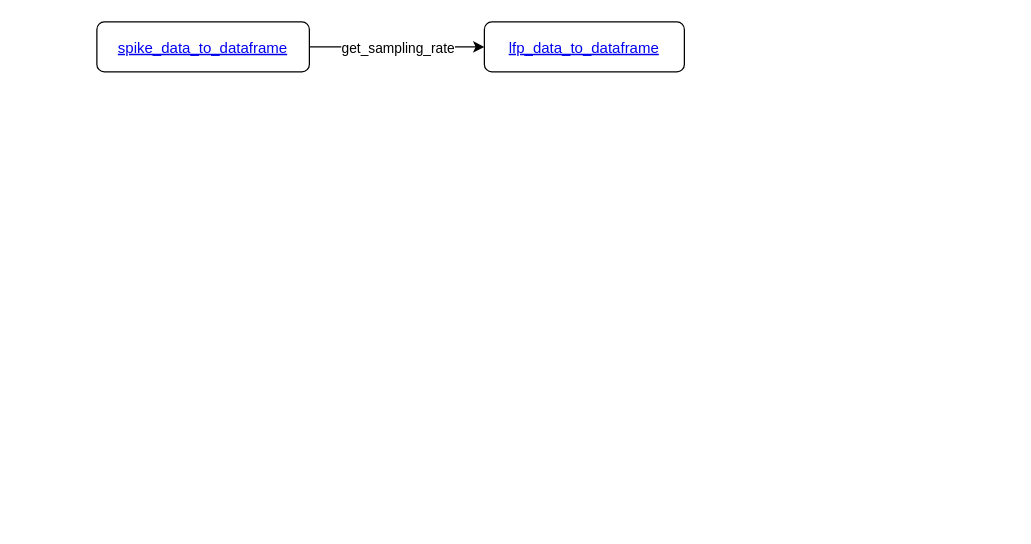
Above: page "dependencies" (1 of 11) of code_visualized.drawio in JanBellingrath/hippocampal_neuron_data_processing (draw.io), before the change. Source tidied: cells renumbered, new cells numbered last; positions are measured from the earlier drawing's top-left corner, leaving out a move shared by most shapes. Both pictures are drawn from the tidied source at 125%, with x=0, y=0 at pixel (96, 21).
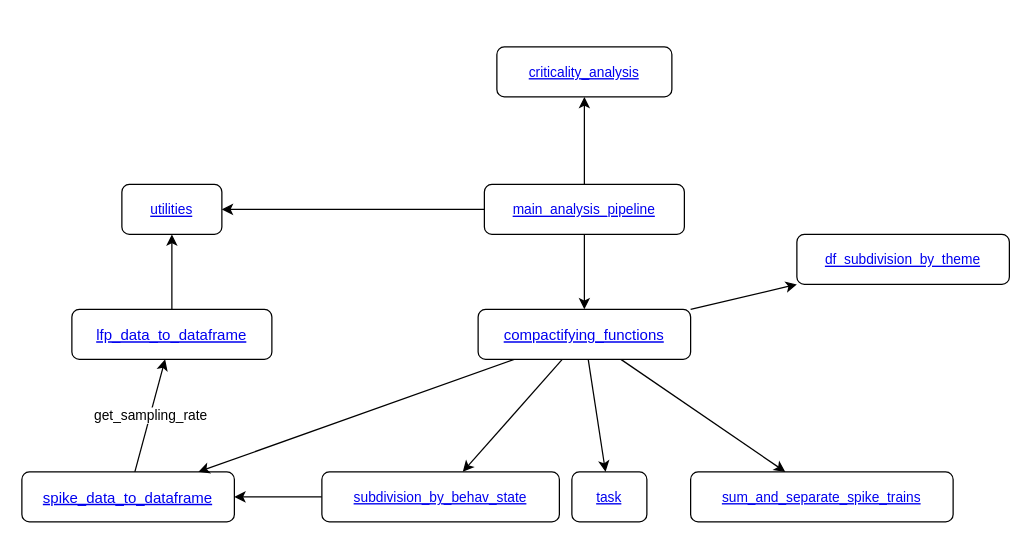
The same page after the edit.

Diff of the diagram source:
```diff
@@
     <mxCell id="2" value="spike_data_to_dataframe" style="fontColor=#0000EE;fontStyle=4;rounded=1;overflow=hidden;spacing=10;" parent="1" vertex="1">
-      <mxGeometry width="170" height="40" as="geometry" />
+      <mxGeometry x="-60" y="360" width="170" height="40" as="geometry" />
     </mxCell>
+    <mxCell id="6" style="edgeStyle=none;rounded=0;jettySize=auto;html=1;strokeColor=default;align=center;verticalAlign=middle;fontFamily=Helvetica;fontSize=11;fontColor=default;labelBackgroundColor=default;endArrow=classic;" parent="1" edge="1" source="3" target="18">
+      <mxGeometry relative="1" as="geometry" />
+    </mxCell>
     <mxCell id="3" value="lfp_data_to_dataframe" style="fontColor=#0000EE;fontStyle=4;rounded=1;overflow=hidden;spacing=10;" parent="1" vertex="1">
-      <mxGeometry x="310" width="160" height="40" as="geometry" />
+      <mxGeometry x="-20" y="230" width="160" height="40" as="geometry" />
     </mxCell>
@@
+    <mxCell id="7" style="rounded=0;jettySize=auto;html=1;" parent="1" edge="1" source="12" target="2">
+      <mxGeometry relative="1" as="geometry" />
+    </mxCell>
+    <mxCell id="8" style="edgeStyle=none;rounded=0;jettySize=auto;html=1;strokeColor=default;align=center;verticalAlign=middle;fontFamily=Helvetica;fontSize=11;fontColor=default;labelBackgroundColor=default;endArrow=classic;" parent="1" edge="1" source="12" target="13">
+      <mxGeometry relative="1" as="geometry" />
+    </mxCell>
+    <mxCell id="9" style="edgeStyle=none;rounded=0;jettySize=auto;html=1;strokeColor=default;align=center;verticalAlign=middle;fontFamily=Helvetica;fontSize=11;fontColor=default;labelBackgroundColor=default;endArrow=classic;" parent="1" edge="1" source="12" target="15">
+      <mxGeometry relative="1" as="geometry" />
+    </mxCell>
+    <mxCell id="10" style="edgeStyle=none;rounded=0;jettySize=auto;html=1;strokeColor=default;align=center;verticalAlign=middle;fontFamily=Helvetica;fontSize=11;fontColor=default;labelBackgroundColor=default;endArrow=classic;" parent="1" edge="1" source="12" target="16">
+      <mxGeometry relative="1" as="geometry" />
+    </mxCell>
+    <mxCell id="11" style="edgeStyle=none;rounded=0;jettySize=auto;html=1;strokeColor=default;align=center;verticalAlign=middle;fontFamily=Helvetica;fontSize=11;fontColor=default;labelBackgroundColor=default;endArrow=classic;" parent="1" edge="1" source="12" target="17">
+      <mxGeometry relative="1" as="geometry" />
+    </mxCell>
+    <mxCell id="12" value="compactifying_functions" style="fontColor=#0000EE;fontStyle=4;rounded=1;overflow=hidden;spacing=10;" parent="1" vertex="1">
+      <mxGeometry x="305" y="230" width="170" height="40" as="geometry" />
+    </mxCell>
+    <mxCell id="13" value="df_subdivision_by_theme" style="fontColor=#0000EE;fontStyle=4;rounded=1;overflow=hidden;spacing=10;fontFamily=Helvetica;fontSize=11;labelBackgroundColor=default;" parent="1" vertex="1">
+      <mxGeometry x="560" y="170" width="170" height="40" as="geometry" />
+    </mxCell>
+    <mxCell id="14" style="edgeStyle=none;rounded=0;jettySize=auto;html=1;strokeColor=default;align=center;verticalAlign=middle;fontFamily=Helvetica;fontSize=11;fontColor=default;labelBackgroundColor=default;endArrow=classic;" parent="1" edge="1" source="15" target="2">
+      <mxGeometry relative="1" as="geometry" />
+    </mxCell>
+    <mxCell id="15" value="subdivision_by_behav_state" style="fontColor=#0000EE;fontStyle=4;rounded=1;overflow=hidden;spacing=10;fontFamily=Helvetica;fontSize=11;labelBackgroundColor=default;" parent="1" vertex="1">
+      <mxGeometry x="180" y="360" width="190" height="40" as="geometry" />
+    </mxCell>
+    <mxCell id="16" value="sum_and_separate_spike_trains" style="fontColor=#0000EE;fontStyle=4;rounded=1;overflow=hidden;spacing=10;fontFamily=Helvetica;fontSize=11;labelBackgroundColor=default;" parent="1" vertex="1">
+      <mxGeometry x="475" y="360" width="210" height="40" as="geometry" />
+    </mxCell>
+    <mxCell id="17" value="task" style="fontColor=#0000EE;fontStyle=4;rounded=1;overflow=hidden;spacing=10;fontFamily=Helvetica;fontSize=11;labelBackgroundColor=default;" parent="1" vertex="1">
+      <mxGeometry x="380" y="360" width="60" height="40" as="geometry" />
+    </mxCell>
+    <mxCell id="18" value="utilities" style="fontColor=#0000EE;fontStyle=4;rounded=1;overflow=hidden;spacing=10;fontFamily=Helvetica;fontSize=11;labelBackgroundColor=default;" parent="1" vertex="1">
+      <mxGeometry x="20" y="130" width="80" height="40" as="geometry" />
+    </mxCell>
+    <mxCell id="19" style="edgeStyle=none;rounded=0;jettySize=auto;html=1;strokeColor=default;align=center;verticalAlign=middle;fontFamily=Helvetica;fontSize=11;fontColor=default;labelBackgroundColor=default;endArrow=classic;" parent="1" edge="1" source="22" target="18">
+      <mxGeometry relative="1" as="geometry" />
+    </mxCell>
+    <mxCell id="20" style="edgeStyle=none;rounded=0;jettySize=auto;html=1;strokeColor=default;align=center;verticalAlign=middle;fontFamily=Helvetica;fontSize=11;fontColor=default;labelBackgroundColor=default;endArrow=classic;" parent="1" edge="1" source="22" target="23">
+      <mxGeometry relative="1" as="geometry" />
+    </mxCell>
+    <mxCell id="21" style="edgeStyle=none;rounded=0;jettySize=auto;html=1;strokeColor=default;align=center;verticalAlign=middle;fontFamily=Helvetica;fontSize=11;fontColor=default;labelBackgroundColor=default;endArrow=classic;" parent="1" edge="1" source="22" target="12">
+      <mxGeometry relative="1" as="geometry" />
+    </mxCell>
+    <mxCell id="22" value="main_analysis_pipeline" style="fontColor=#0000EE;fontStyle=4;rounded=1;overflow=hidden;spacing=10;fontFamily=Helvetica;fontSize=11;labelBackgroundColor=default;" parent="1" vertex="1">
+      <mxGeometry x="310" y="130" width="160" height="40" as="geometry" />
+    </mxCell>
+    <mxCell id="23" value="criticality_analysis" style="fontColor=#0000EE;fontStyle=4;rounded=1;overflow=hidden;spacing=10;fontFamily=Helvetica;fontSize=11;labelBackgroundColor=default;" parent="1" vertex="1">
+      <mxGeometry x="320" y="20" width="140" height="40" as="geometry" />
+    </mxCell>
```
